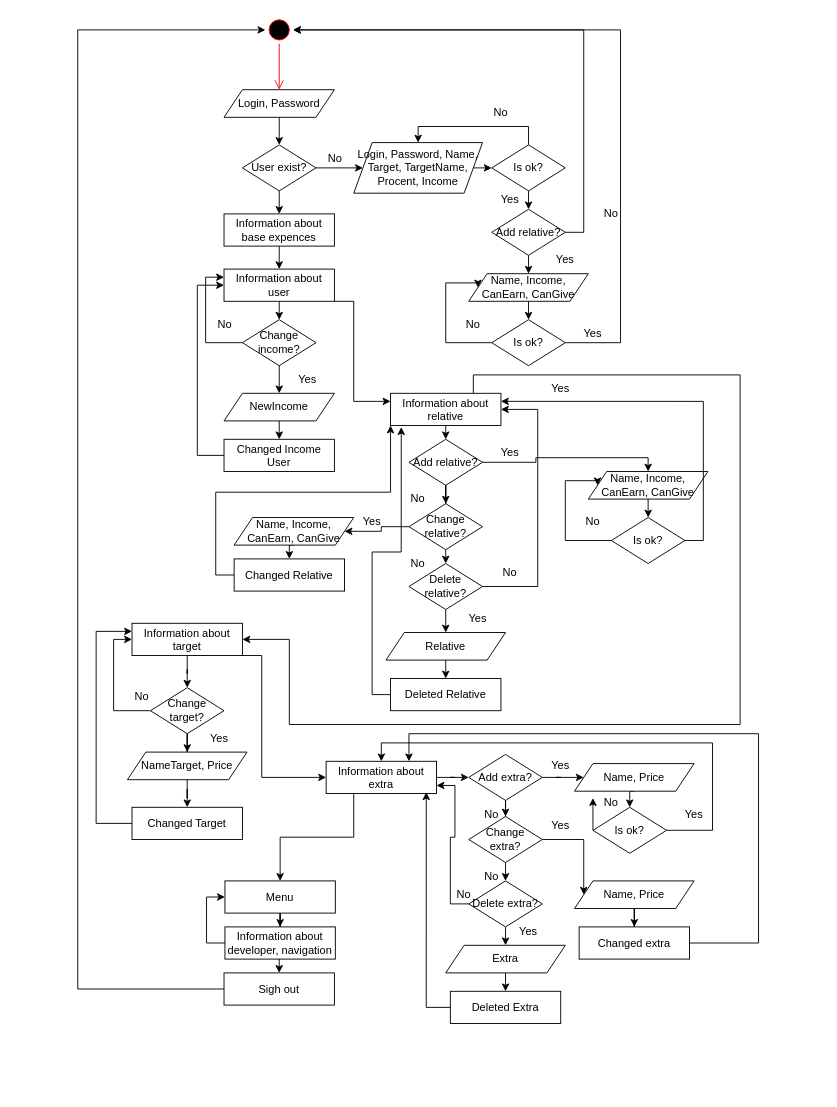
The draw.io diagram page "Страница — 18" (18 of 18) of new_kurs.drawio in dahichnero/schemas, before the edit. Source tidied: cells renumbered, new cells numbered last; positions are measured from the earlier drawing's top-left corner, leaving out a move shared by most shapes. Both pictures are drawn from the tidied source at 92%, with x=0, y=0 at pixel (77, 16).
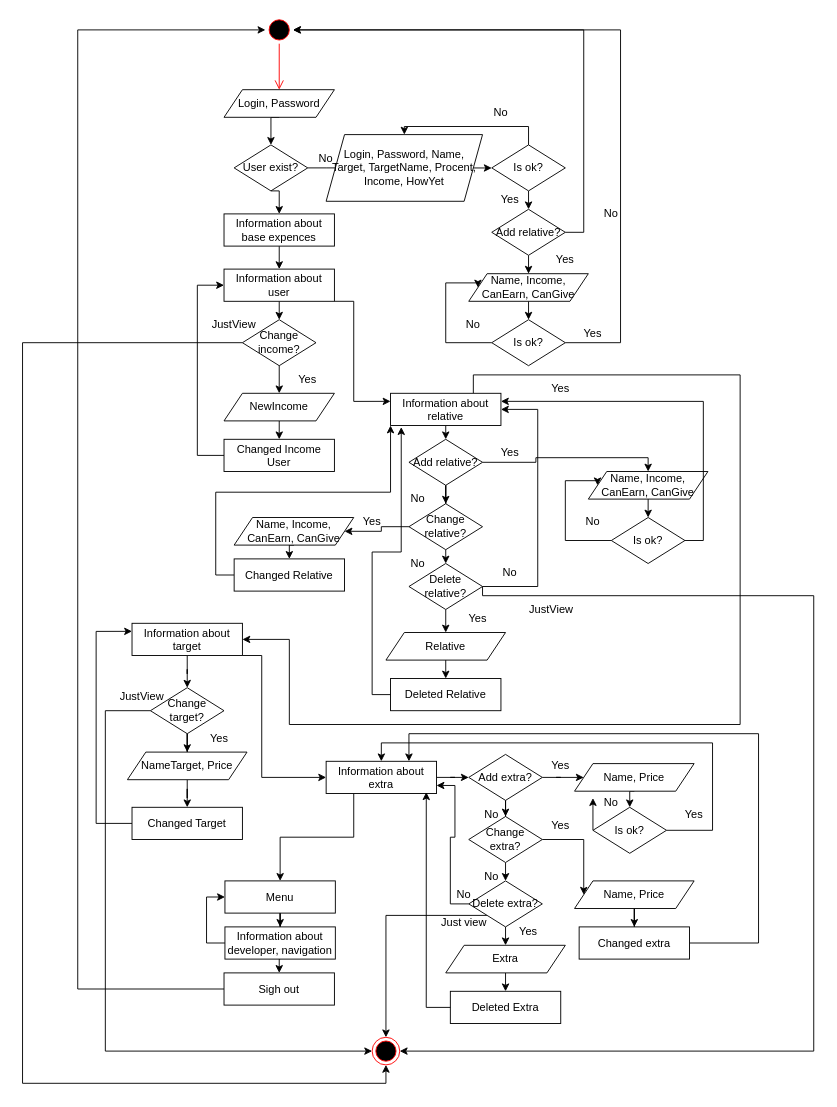
The same diagram, later.

The change refers to these unchanged cells:
```xml
<mxCell id="33" value="Information about user" style="rounded=0;whiteSpace=wrap;html=1;" parent="1" vertex="1">
  <mxGeometry x="159" y="275" width="120" height="35" as="geometry" />
</mxCell>
<mxCell id="36" value="Change income?" style="rhombus;whiteSpace=wrap;html=1;" parent="1" vertex="1">
  <mxGeometry x="179" y="330" width="80" height="50" as="geometry" />
</mxCell>
<mxCell id="63" value="Delete relative?" style="rhombus;whiteSpace=wrap;html=1;" parent="1" vertex="1">
  <mxGeometry x="360" y="595" width="80" height="50" as="geometry" />
</mxCell>
<mxCell id="78" value="Information about target" style="rounded=0;whiteSpace=wrap;html=1;" parent="1" vertex="1">
  <mxGeometry x="59" y="660" width="120" height="35" as="geometry" />
</mxCell>
<mxCell id="81" value="Change target?" style="rhombus;whiteSpace=wrap;html=1;" parent="1" vertex="1">
  <mxGeometry x="79" y="730" width="80" height="50" as="geometry" />
</mxCell>
<mxCell id="113" value="Delete extra?" style="rhombus;whiteSpace=wrap;html=1;" parent="1" vertex="1">
  <mxGeometry x="425" y="940" width="80" height="50" as="geometry" />
</mxCell>
```

Change to the diagram source:
```diff
@@
     <mxCell id="8" value="User exist?" style="rhombus;whiteSpace=wrap;html=1;" parent="1" vertex="1">
-      <mxGeometry x="179" y="140" width="80" height="50" as="geometry" />
+      <mxGeometry x="170" y="140" width="80" height="50" as="geometry" />
     </mxCell>
@@
-    <mxCell id="10" value="Login, Password, Name, Target, TargetName, Procent, Income" style="shape=parallelogram;perimeter=parallelogramPerimeter;whiteSpace=wrap;html=1;fixedSize=1;" parent="1" vertex="1">
-      <mxGeometry x="300" y="137.5" width="140" height="55" as="geometry" />
+    <mxCell id="10" value="Login, Password, Name, Target, TargetName, Procent, Income, HowYet" style="shape=parallelogram;perimeter=parallelogramPerimeter;whiteSpace=wrap;html=1;fixedSize=1;" parent="1" vertex="1">
+      <mxGeometry x="270" y="128.8" width="170" height="72.5" as="geometry" />
     </mxCell>
     <mxCell id="11" value="No" style="text;html=1;align=center;verticalAlign=middle;whiteSpace=wrap;rounded=0;" parent="1" vertex="1">
-      <mxGeometry x="250" y="140" width="60" height="30" as="geometry" />
+      <mxGeometry x="240" y="140" width="60" height="30" as="geometry" />
     </mxCell>
@@
-    <mxCell id="34" style="edgeStyle=orthogonalEdgeStyle;rounded=0;jettySize=auto;html=1;exitX=0;exitY=0.5;exitDx=0;exitDy=0;entryX=0;entryY=0.25;entryDx=0;entryDy=0;" parent="1" edge="1" source="36" target="33">
-      <mxGeometry relative="1" as="geometry" />
+    <mxCell id="34" style="edgeStyle=orthogonalEdgeStyle;rounded=0;jettySize=auto;html=1;exitX=0;exitY=0.5;exitDx=0;exitDy=0;entryX=0.5;entryY=1;entryDx=0;entryDy=0;" parent="1" edge="1" source="36" target="130">
+      <mxGeometry relative="1" as="geometry">
+        <Array as="points">
+          <mxPoint x="-60" y="355" />
+          <mxPoint x="-60" y="1160" />
+          <mxPoint x="335" y="1160" />
+        </Array>
+      </mxGeometry>
     </mxCell>
@@
-    <mxCell id="37" value="No" style="text;html=1;align=center;verticalAlign=middle;whiteSpace=wrap;rounded=0;" parent="1" vertex="1">
-      <mxGeometry x="130" y="320" width="60" height="30" as="geometry" />
+    <mxCell id="37" value="JustView" style="text;html=1;align=center;verticalAlign=middle;whiteSpace=wrap;rounded=0;" parent="1" vertex="1">
+      <mxGeometry x="140" y="320" width="60" height="30" as="geometry" />
     </mxCell>
@@
+    <mxCell id="128" style="edgeStyle=orthogonalEdgeStyle;rounded=0;jettySize=auto;html=1;exitX=1;exitY=0.5;exitDx=0;exitDy=0;entryX=1;entryY=0.5;entryDx=0;entryDy=0;" parent="1" edge="1" source="63" target="130">
+      <mxGeometry relative="1" as="geometry">
+        <Array as="points">
+          <mxPoint x="440" y="630" />
+          <mxPoint x="800" y="630" />
+          <mxPoint x="800" y="1125" />
+        </Array>
+      </mxGeometry>
+    </mxCell>
@@
-    <mxCell id="79" style="edgeStyle=orthogonalEdgeStyle;rounded=0;jettySize=auto;html=1;exitX=0;exitY=0.5;exitDx=0;exitDy=0;entryX=0;entryY=0.5;entryDx=0;entryDy=0;" parent="1" edge="1" source="81" target="78">
-      <mxGeometry relative="1" as="geometry" />
+    <mxCell id="79" style="edgeStyle=orthogonalEdgeStyle;rounded=0;jettySize=auto;html=1;exitX=0;exitY=0.5;exitDx=0;exitDy=0;entryX=0;entryY=0.5;entryDx=0;entryDy=0;" parent="1" edge="1" source="81" target="130">
+      <mxGeometry relative="1" as="geometry">
+        <Array as="points">
+          <mxPoint x="30" y="755" />
+          <mxPoint x="30" y="1125" />
+        </Array>
+      </mxGeometry>
     </mxCell>
@@
-    <mxCell id="82" value="No" style="text;html=1;align=center;verticalAlign=middle;whiteSpace=wrap;rounded=0;" parent="1" vertex="1">
+    <mxCell id="82" value="JustView" style="text;html=1;align=center;verticalAlign=middle;whiteSpace=wrap;rounded=0;" parent="1" vertex="1">
       <mxGeometry x="40" y="725" width="60" height="30" as="geometry" />
     </mxCell>
@@
+    <mxCell id="129" style="edgeStyle=orthogonalEdgeStyle;rounded=0;jettySize=auto;html=1;exitX=0;exitY=1;exitDx=0;exitDy=0;entryX=0.5;entryY=0;entryDx=0;entryDy=0;" parent="1" edge="1" source="113" target="130">
+      <mxGeometry relative="1" as="geometry" />
+    </mxCell>
@@
+    <mxCell id="130" style="ellipse;html=1;shape=endState;fillColor=#000000;strokeColor=#ff0000;" parent="1" vertex="1">
+      <mxGeometry x="320" y="1110" width="30" height="30" as="geometry" />
+    </mxCell>
+    <mxCell id="131" value="Just view" style="text;html=1;align=center;verticalAlign=middle;whiteSpace=wrap;rounded=0;" parent="1" vertex="1">
+      <mxGeometry x="390" y="970" width="60" height="30" as="geometry" />
+    </mxCell>
+    <mxCell id="132" value="JustView" style="text;html=1;align=center;verticalAlign=middle;whiteSpace=wrap;rounded=0;" parent="1" vertex="1">
+      <mxGeometry x="485" y="630" width="60" height="30" as="geometry" />
+    </mxCell>
```
